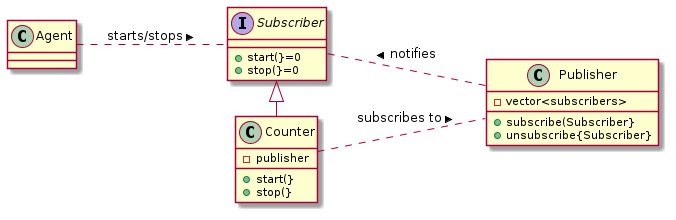
Above: doc/legacy_class.png in marcpawl/publish_subscribe (PlantUML), before the change.
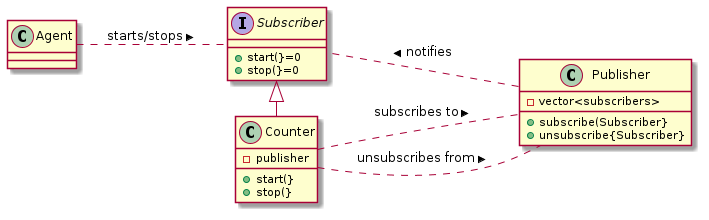
The same diagram one commit later.

Commit message:
Emphasise unsubscribe relationship between counter and publisher

The edit, as a diff of the source:
```diff
@@ -6,6 +6,7 @@
 Subscriber <|- Counter
 Publisher .. Subscriber : notifies >
 Counter .. Publisher : subscribes to >
+Counter .. Publisher : unsubscribes from >
 Agent .. Subscriber: starts/stops >
 class Publisher {
 {method} +subscribe(Subscriber}
```
